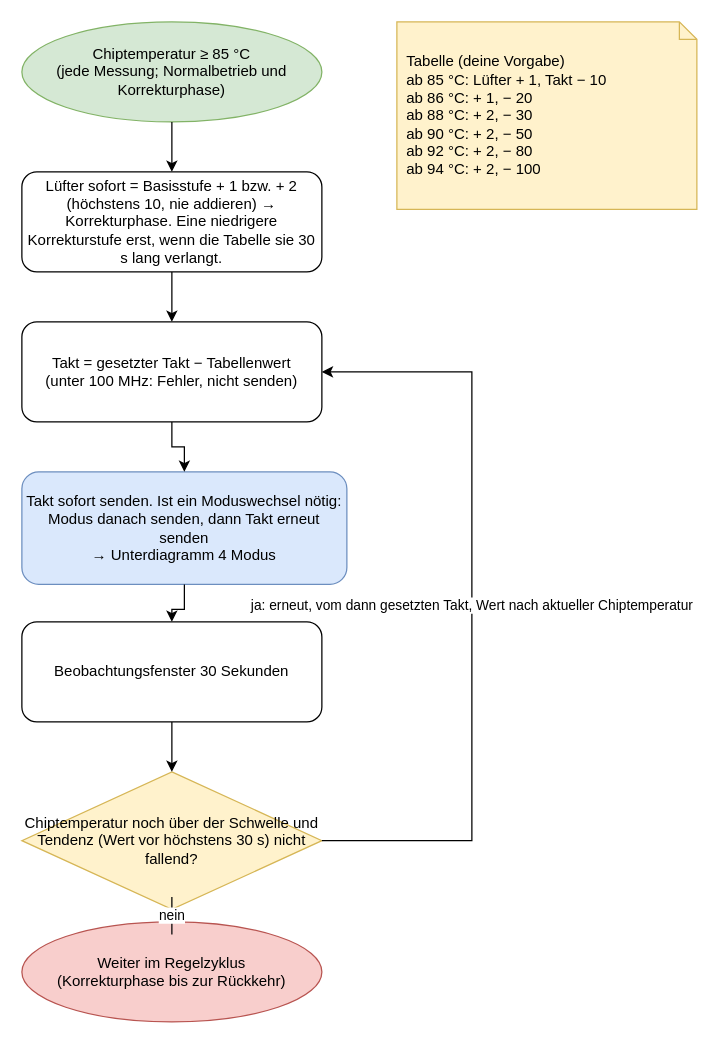
Before: page "2 Hohe Chiptemperatur" (2 of 8) of docs/claude/Regelungslogik-Luefter-Takt.drawio in lieferbaer/miner-sentinel, a draw.io diagram. Source tidied: cells renumbered, new cells numbered last; positions are measured from the earlier drawing's top-left corner, leaving out a move shared by most shapes. Both pictures are drawn from the tidied source at 125%, with x=0, y=0 at pixel (21, 21).
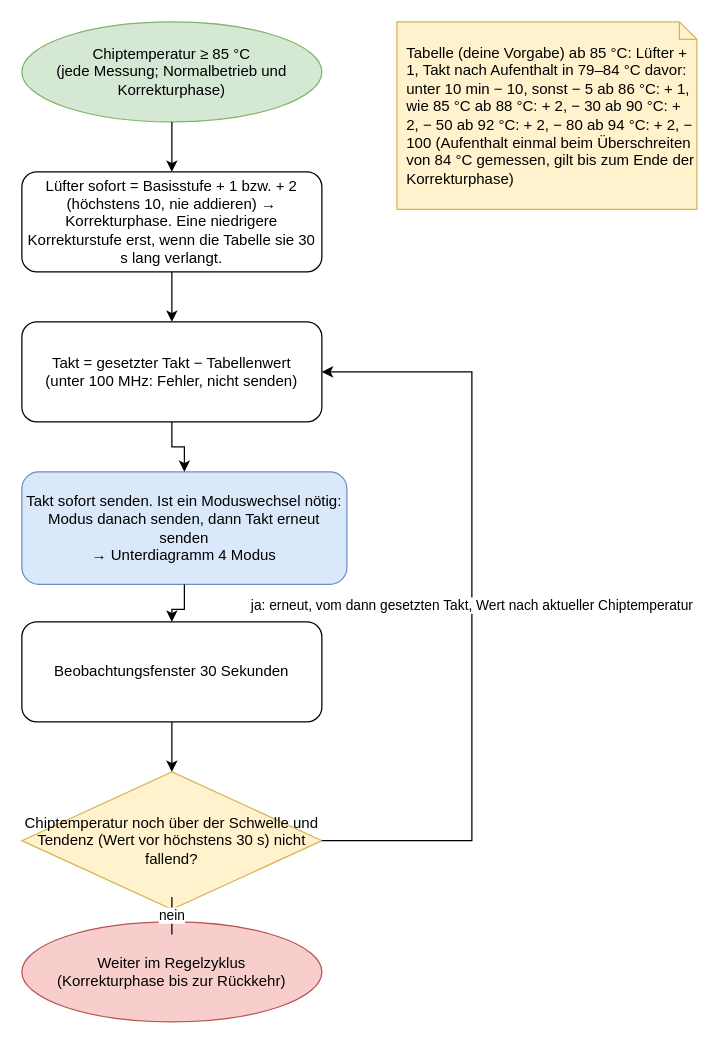
The same diagram, later.

Diff of the diagram source:
```diff
@@
 <mxGraphModel>
   <root>
     <mxCell id="0" />
     <mxCell id="1" parent="0" />
     <mxCell id="2" value="Chiptemperatur ≥ 85 °C&lt;br&gt;(jede Messung; Normalbetrieb und Korrekturphase)" style="ellipse;whiteSpace=wrap;html=1;fillColor=#d5e8d4;strokeColor=#82b366;" parent="1" vertex="1">
       <mxGeometry width="240" height="80" as="geometry" />
     </mxCell>
-    <mxCell id="3" value="Tabelle (deine Vorgabe)&lt;br&gt;ab 85 °C: Lüfter + 1, Takt − 10&lt;br&gt;ab 86 °C: + 1, − 20&lt;br&gt;ab 88 °C: + 2, − 30&lt;br&gt;ab 90 °C: + 2, − 50&lt;br&gt;ab 92 °C: + 2, − 80&lt;br&gt;ab 94 °C: + 2, − 100" style="shape=note;whiteSpace=wrap;html=1;size=14;fillColor=#fff2cc;strokeColor=#d6b656;align=left;spacingLeft=6;" parent="1" vertex="1">
+    <mxCell id="3" value="Tabelle (deine Vorgabe) ab 85 °C: Lüfter + 1, Takt nach Aufenthalt in 79–84 °C davor: unter 10 min − 10, sonst − 5 ab 86 °C: + 1, wie 85 °C ab 88 °C: + 2, − 30 ab 90 °C: + 2, − 50 ab 92 °C: + 2, − 80 ab 94 °C: + 2, − 100 (Aufenthalt einmal beim Überschreiten von 84 °C gemessen, gilt bis zum Ende der Korrekturphase)" style="shape=note;whiteSpace=wrap;html=1;size=14;fillColor=#fff2cc;strokeColor=#d6b656;align=left;spacingLeft=6;" parent="1" vertex="1">
       <mxGeometry x="300" width="240" height="150" as="geometry" />
     </mxCell>
     <mxCell id="4" value="Lüfter sofort = Basisstufe + 1 bzw. + 2 (höchstens 10, nie addieren) → Korrekturphase. Eine niedrigere Korrekturstufe erst, wenn die Tabelle sie 30 s lang verlangt." style="rounded=1;whiteSpace=wrap;html=1;" parent="1" vertex="1">
       <mxGeometry y="120" width="240" height="80" as="geometry" />
     </mxCell>
     <mxCell id="5" value="Takt = gesetzter Takt − Tabellenwert&lt;br&gt;(unter 100 MHz: Fehler, nicht senden)" style="rounded=1;whiteSpace=wrap;html=1;" parent="1" vertex="1">
       <mxGeometry y="240" width="240" height="80" as="geometry" />
     </mxCell>
     <mxCell id="6" value="Takt sofort senden. Ist ein Moduswechsel nötig: Modus danach senden, dann Takt erneut senden&lt;br&gt;→ Unterdiagramm 4 Modus" style="rounded=1;whiteSpace=wrap;html=1;fillColor=#dae8fc;strokeColor=#6c8ebf;" parent="1" vertex="1">
       <mxGeometry y="360" width="260" height="90" as="geometry" />
     </mxCell>
     <mxCell id="7" value="Beobachtungsfenster 30 Sekunden" style="rounded=1;whiteSpace=wrap;html=1;" parent="1" vertex="1">
       <mxGeometry y="480" width="240" height="80" as="geometry" />
     </mxCell>
     <mxCell id="8" value="Chiptemperatur noch über der Schwelle und Tendenz (Wert vor höchstens 30 s) nicht fallend?" style="rhombus;whiteSpace=wrap;html=1;fillColor=#fff2cc;strokeColor=#d6b656;" parent="1" vertex="1">
       <mxGeometry y="600" width="240" height="110" as="geometry" />
     </mxCell>
     <mxCell id="9" value="Weiter im Regelzyklus&lt;br&gt;(Korrekturphase bis zur Rückkehr)" style="ellipse;whiteSpace=wrap;html=1;fillColor=#f8cecc;strokeColor=#b85450;" parent="1" vertex="1">
       <mxGeometry y="720" width="240" height="80" as="geometry" />
     </mxCell>
     <mxCell id="10" style="edgeStyle=orthogonalEdgeStyle;rounded=0;jettySize=auto;html=1;" parent="1" edge="1" source="2" target="4">
       <mxGeometry relative="1" as="geometry" />
     </mxCell>
     <mxCell id="11" style="edgeStyle=orthogonalEdgeStyle;rounded=0;jettySize=auto;html=1;" parent="1" edge="1" source="4" target="5">
       <mxGeometry relative="1" as="geometry" />
     </mxCell>
     <mxCell id="12" style="edgeStyle=orthogonalEdgeStyle;rounded=0;jettySize=auto;html=1;" parent="1" edge="1" source="5" target="6">
       <mxGeometry relative="1" as="geometry" />
     </mxCell>
     <mxCell id="13" style="edgeStyle=orthogonalEdgeStyle;rounded=0;jettySize=auto;html=1;" parent="1" edge="1" source="6" target="7">
       <mxGeometry relative="1" as="geometry" />
     </mxCell>
     <mxCell id="14" style="edgeStyle=orthogonalEdgeStyle;rounded=0;jettySize=auto;html=1;" parent="1" edge="1" source="7" target="8">
       <mxGeometry relative="1" as="geometry" />
     </mxCell>
     <mxCell id="15" value="ja: erneut, vom dann gesetzten Takt, Wert nach aktueller Chiptemperatur" style="edgeStyle=orthogonalEdgeStyle;rounded=0;jettySize=auto;html=1;" parent="1" edge="1" source="8" target="5">
       <mxGeometry relative="1" as="geometry">
         <Array as="points">
           <mxPoint x="360" y="655" />
           <mxPoint x="360" y="280" />
         </Array>
       </mxGeometry>
     </mxCell>
     <mxCell id="16" value="nein" style="edgeStyle=orthogonalEdgeStyle;rounded=0;jettySize=auto;html=1;" parent="1" edge="1" source="8" target="9">
       <mxGeometry relative="1" as="geometry" />
     </mxCell>
   </root>
 </mxGraphModel>
```
